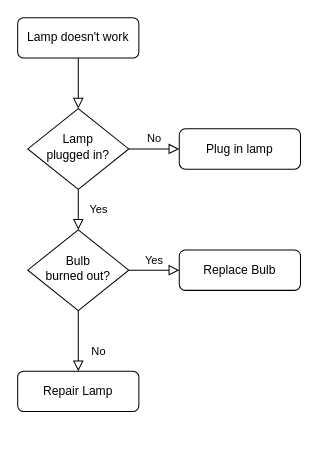
Before: saas-cooperate.drawio in huanjiesm/saas-draw, a draw.io diagram. Source tidied: cells renumbered, new cells numbered last; positions are measured from the earlier drawing's top-left corner, leaving out a move shared by most shapes. Both pictures are drawn from the tidied source at 101%, with x=0, y=0 at pixel (17, 17).
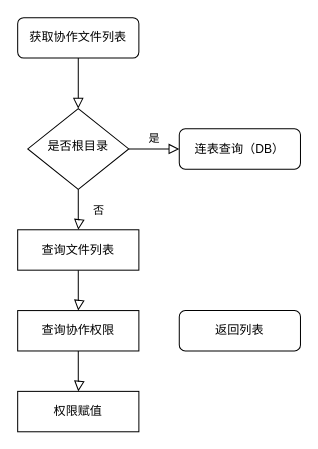
After the change.

What changed in the source:
```diff
@@
-    <mxCell id="3" value="Lamp doesn't work" style="rounded=1;whiteSpace=wrap;html=1;fontSize=12;glass=0;strokeWidth=1;shadow=0;" parent="1" vertex="1">
+    <mxCell id="3" value="获取协作文件列表" style="rounded=1;whiteSpace=wrap;html=1;fontSize=12;glass=0;strokeWidth=1;shadow=0;" parent="1" vertex="1">
       <mxGeometry width="120" height="40" as="geometry" />
     </mxCell>
-    <mxCell id="4" value="Yes" style="rounded=0;html=1;jettySize=auto;fontSize=11;endArrow=block;endFill=0;endSize=8;strokeWidth=1;shadow=0;labelBackgroundColor=none;edgeStyle=orthogonalEdgeStyle;" parent="1" edge="1" source="6" target="10">
-      <mxGeometry y="20" relative="1" as="geometry" />
+    <mxCell id="4" value="否" style="rounded=0;html=1;jettySize=auto;fontSize=11;endArrow=block;endFill=0;endSize=8;strokeWidth=1;shadow=0;labelBackgroundColor=none;edgeStyle=orthogonalEdgeStyle;" parent="1" edge="1" source="6">
+      <mxGeometry y="20" relative="1" as="geometry">
+        <mxPoint x="60" y="210" as="targetPoint" />
+        <Array as="points">
+          <mxPoint x="60" y="200" />
+          <mxPoint x="61" y="200" />
+        </Array>
+      </mxGeometry>
     </mxCell>
-    <mxCell id="5" value="No" style="edgeStyle=orthogonalEdgeStyle;rounded=0;html=1;jettySize=auto;fontSize=11;endArrow=block;endFill=0;endSize=8;strokeWidth=1;shadow=0;labelBackgroundColor=none;" parent="1" edge="1" source="6" target="7">
+    <mxCell id="5" value="是" style="edgeStyle=orthogonalEdgeStyle;rounded=0;html=1;jettySize=auto;fontSize=11;endArrow=block;endFill=0;endSize=8;strokeWidth=1;shadow=0;labelBackgroundColor=none;" parent="1" edge="1" source="6" target="7">
       <mxGeometry y="10" relative="1" as="geometry" />
     </mxCell>
-    <mxCell id="6" value="Lamp&lt;br&gt;plugged in?" style="rhombus;whiteSpace=wrap;html=1;shadow=0;fontFamily=Helvetica;fontSize=12;align=center;strokeWidth=1;spacing=6;spacingTop=-4;" parent="1" vertex="1">
+    <mxCell id="6" value="是否根目录" style="rhombus;whiteSpace=wrap;html=1;shadow=0;fontFamily=Helvetica;fontSize=12;align=center;strokeWidth=1;spacing=6;spacingTop=-4;" parent="1" vertex="1">
       <mxGeometry x="10" y="90" width="100" height="80" as="geometry" />
     </mxCell>
-    <mxCell id="7" value="Plug in lamp" style="rounded=1;whiteSpace=wrap;html=1;fontSize=12;glass=0;strokeWidth=1;shadow=0;" parent="1" vertex="1">
+    <mxCell id="7" value="连表查询（DB）" style="rounded=1;whiteSpace=wrap;html=1;fontSize=12;glass=0;strokeWidth=1;shadow=0;" parent="1" vertex="1">
       <mxGeometry x="160" y="110" width="120" height="40" as="geometry" />
     </mxCell>
-    <mxCell id="8" value="No" style="rounded=0;html=1;jettySize=auto;fontSize=11;endArrow=block;endFill=0;endSize=8;strokeWidth=1;shadow=0;labelBackgroundColor=none;edgeStyle=orthogonalEdgeStyle;" parent="1" edge="1" source="10" target="11">
-      <mxGeometry x="0.33" y="20" relative="1" as="geometry" />
-    </mxCell>
-    <mxCell id="9" value="Yes" style="edgeStyle=orthogonalEdgeStyle;rounded=0;html=1;jettySize=auto;fontSize=11;endArrow=block;endFill=0;endSize=8;strokeWidth=1;shadow=0;labelBackgroundColor=none;" parent="1" edge="1" source="10" target="12">
-      <mxGeometry y="10" relative="1" as="geometry" />
-    </mxCell>
-    <mxCell id="10" value="Bulb&lt;br&gt;burned out?" style="rhombus;whiteSpace=wrap;html=1;shadow=0;fontFamily=Helvetica;fontSize=12;align=center;strokeWidth=1;spacing=6;spacingTop=-4;" parent="1" vertex="1">
-      <mxGeometry x="10" y="210" width="100" height="80" as="geometry" />
-    </mxCell>
-    <mxCell id="11" value="Repair Lamp" style="rounded=1;whiteSpace=wrap;html=1;fontSize=12;glass=0;strokeWidth=1;shadow=0;" parent="1" vertex="1">
-      <mxGeometry y="350" width="120" height="40" as="geometry" />
+    <mxCell id="11" value="查询文件列表" style="rounded=0;whiteSpace=wrap;html=1;fontSize=12;glass=0;strokeWidth=1;shadow=0;" parent="1" vertex="1">
+      <mxGeometry y="210" width="120" height="40" as="geometry" />
     </mxCell>
-    <mxCell id="12" value="Replace Bulb" style="rounded=1;whiteSpace=wrap;html=1;fontSize=12;glass=0;strokeWidth=1;shadow=0;" parent="1" vertex="1">
-      <mxGeometry x="160" y="230" width="120" height="40" as="geometry" />
-    </mxCell>
+    <mxCell id="13" style="rounded=0;html=1;jettySize=auto;orthogonalLoop=1;fontSize=11;endArrow=block;endFill=0;endSize=8;strokeWidth=1;shadow=0;labelBackgroundColor=none;edgeStyle=orthogonalEdgeStyle;" parent="1" edge="1">
+      <mxGeometry y="20" relative="1" as="geometry">
+        <mxPoint x="60" y="250" as="sourcePoint" />
+        <mxPoint x="60" y="290" as="targetPoint" />
+        <Array as="points">
+          <mxPoint x="60" y="280" />
+          <mxPoint x="61" y="280" />
+        </Array>
+      </mxGeometry>
+    </mxCell>
+    <mxCell id="14" value="查询协作权限" style="rounded=0;whiteSpace=wrap;html=1;fontSize=12;glass=0;strokeWidth=1;shadow=0;" parent="1" vertex="1">
+      <mxGeometry y="290" width="120" height="40" as="geometry" />
+    </mxCell>
+    <mxCell id="15" style="rounded=0;html=1;jettySize=auto;orthogonalLoop=1;fontSize=11;endArrow=block;endFill=0;endSize=8;strokeWidth=1;shadow=0;labelBackgroundColor=none;edgeStyle=orthogonalEdgeStyle;" parent="1" edge="1">
+      <mxGeometry y="20" relative="1" as="geometry">
+        <mxPoint x="60" y="330" as="sourcePoint" />
+        <mxPoint x="60" y="370" as="targetPoint" />
+        <Array as="points">
+          <mxPoint x="60" y="360" />
+          <mxPoint x="61" y="360" />
+        </Array>
+      </mxGeometry>
+    </mxCell>
+    <mxCell id="16" value="权限赋值" style="rounded=0;whiteSpace=wrap;html=1;fontSize=12;glass=0;strokeWidth=1;shadow=0;" parent="1" vertex="1">
+      <mxGeometry y="370" width="120" height="40" as="geometry" />
+    </mxCell>
+    <mxCell id="17" value="返回列表" style="rounded=1;whiteSpace=wrap;html=1;fontSize=12;glass=0;strokeWidth=1;shadow=0;" parent="1" vertex="1">
+      <mxGeometry x="160" y="290" width="120" height="40" as="geometry" />
+    </mxCell>
```
